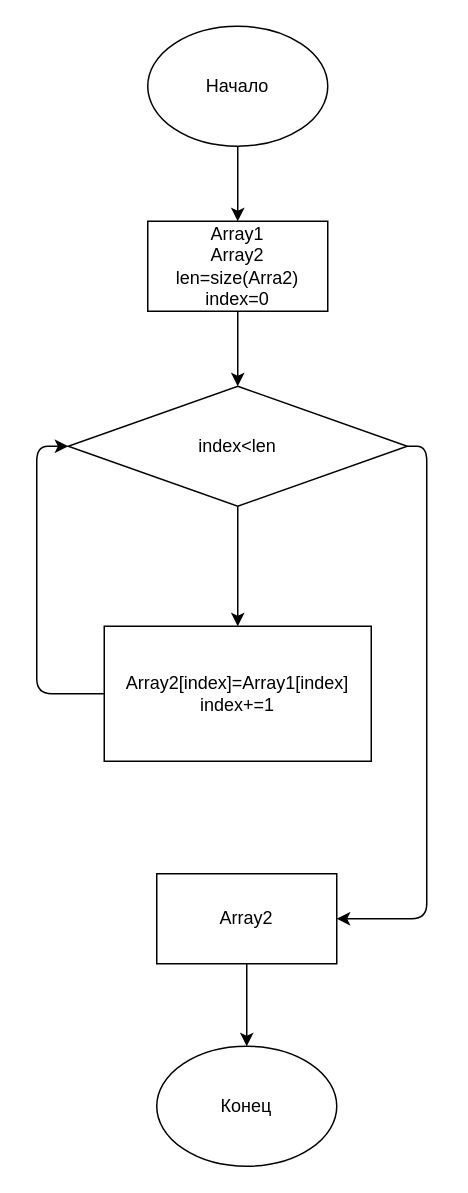
This is t.drawio from Vavikachka/Controle, a draw.io file, before an edit. Source tidied: cells renumbered, new cells numbered last; positions are measured from the earlier drawing's top-left corner, leaving out a move shared by most shapes. Both pictures are drawn from the tidied source at 150%, with x=0, y=0 at pixel (36, 26).
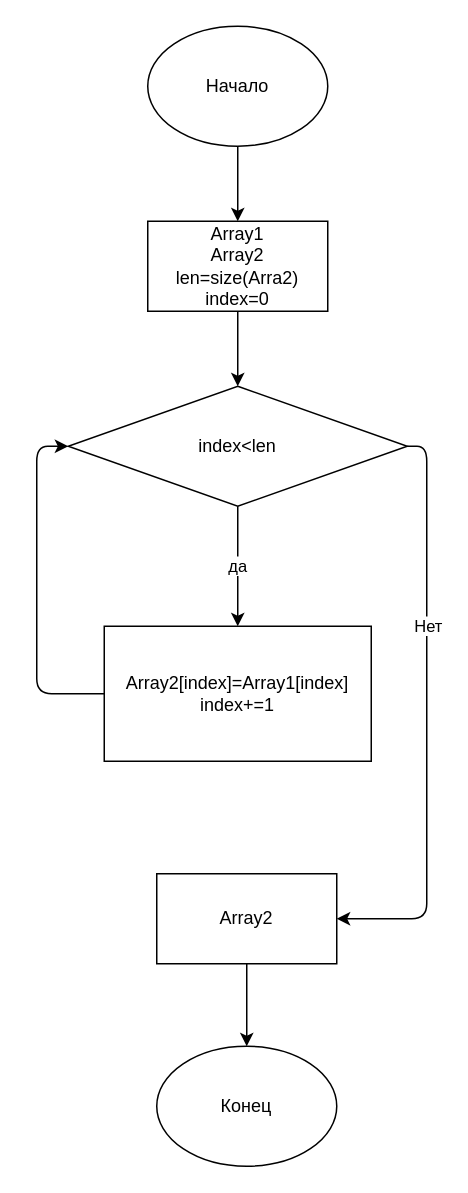
The same page after the edit.

Diff of the diagram source:
```diff
@@
 <mxGraphModel>
   <root>
     <mxCell id="0" />
     <mxCell id="1" parent="0" />
     <mxCell id="2" style="edgeStyle=none;html=1;exitX=0.5;exitY=1;exitDx=0;exitDy=0;entryX=0.5;entryY=0;entryDx=0;entryDy=0;" parent="1" edge="1" source="3" target="5">
       <mxGeometry relative="1" as="geometry" />
     </mxCell>
     <mxCell id="3" value="Начало" style="ellipse;whiteSpace=wrap;html=1;" parent="1" vertex="1">
       <mxGeometry x="74" width="120" height="80" as="geometry" />
     </mxCell>
     <mxCell id="4" style="edgeStyle=none;html=1;exitX=0.5;exitY=1;exitDx=0;exitDy=0;entryX=0.5;entryY=0;entryDx=0;entryDy=0;" parent="1" edge="1" source="5" target="8">
       <mxGeometry relative="1" as="geometry" />
     </mxCell>
     <mxCell id="5" value="Array1&lt;br&gt;Array2&lt;br&gt;len=size(Arra2)&lt;br&gt;index=0" style="rounded=0;whiteSpace=wrap;html=1;" parent="1" vertex="1">
       <mxGeometry x="74" y="130" width="120" height="60" as="geometry" />
     </mxCell>
-    <mxCell id="6" style="edgeStyle=none;html=1;exitX=0.5;exitY=1;exitDx=0;exitDy=0;entryX=0.5;entryY=0;entryDx=0;entryDy=0;" parent="1" edge="1" source="8" target="10">
+    <mxCell id="6" value="да" style="edgeStyle=none;html=1;exitX=0.5;exitY=1;exitDx=0;exitDy=0;entryX=0.5;entryY=0;entryDx=0;entryDy=0;" parent="1" edge="1" source="8" target="10">
       <mxGeometry relative="1" as="geometry" />
     </mxCell>
     <mxCell id="7" style="edgeStyle=none;html=1;exitX=1;exitY=0.5;exitDx=0;exitDy=0;entryX=1;entryY=0.5;entryDx=0;entryDy=0;" parent="1" edge="1" source="8" target="12">
       <mxGeometry relative="1" as="geometry">
         <Array as="points">
           <mxPoint x="260" y="280" />
           <mxPoint x="260" y="440" />
           <mxPoint x="260" y="595" />
         </Array>
       </mxGeometry>
     </mxCell>
+    <mxCell id="14" value="Нет" style="edgeLabel;html=1;align=center;verticalAlign=middle;" parent="7" vertex="1">
+      <mxGeometry x="-0.32" relative="1" as="geometry" />
+    </mxCell>
     <mxCell id="8" value="index&amp;lt;len" style="rhombus;whiteSpace=wrap;html=1;" parent="1" vertex="1">
       <mxGeometry x="21" y="240" width="226" height="80" as="geometry" />
     </mxCell>
     <mxCell id="9" style="edgeStyle=none;html=1;exitX=0;exitY=0.5;exitDx=0;exitDy=0;entryX=0;entryY=0.5;entryDx=0;entryDy=0;" parent="1" edge="1" source="10" target="8">
       <mxGeometry relative="1" as="geometry">
         <Array as="points">
           <mxPoint y="445" />
           <mxPoint y="280" />
         </Array>
       </mxGeometry>
     </mxCell>
     <mxCell id="10" value="Array2[index]=Array1[index]&lt;br&gt;index+=1" style="rounded=0;whiteSpace=wrap;html=1;" parent="1" vertex="1">
       <mxGeometry x="45" y="400" width="178" height="90" as="geometry" />
     </mxCell>
     <mxCell id="11" style="edgeStyle=none;html=1;exitX=0.5;exitY=1;exitDx=0;exitDy=0;entryX=0.5;entryY=0;entryDx=0;entryDy=0;" parent="1" edge="1" source="12" target="13">
       <mxGeometry relative="1" as="geometry" />
     </mxCell>
     <mxCell id="12" value="Array2" style="rounded=0;whiteSpace=wrap;html=1;" parent="1" vertex="1">
       <mxGeometry x="80" y="565" width="120" height="60" as="geometry" />
     </mxCell>
     <mxCell id="13" value="Конец" style="ellipse;whiteSpace=wrap;html=1;" parent="1" vertex="1">
       <mxGeometry x="80" y="680" width="120" height="80" as="geometry" />
     </mxCell>
   </root>
 </mxGraphModel>
```
